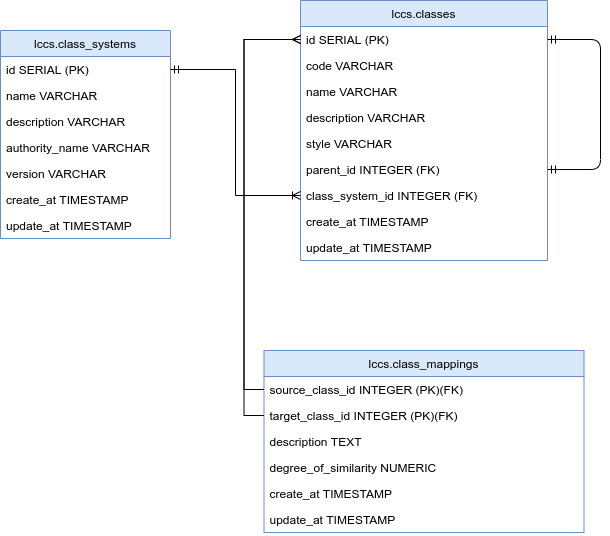
The draw.io diagram doc/spec/lccs_database.png in brazil-data-cube/lccs-db, before a commit. Source tidied: cells renumbered, new cells last; positions are measured from the earlier drawing's top-left corner, leaving out a move shared by most shapes.
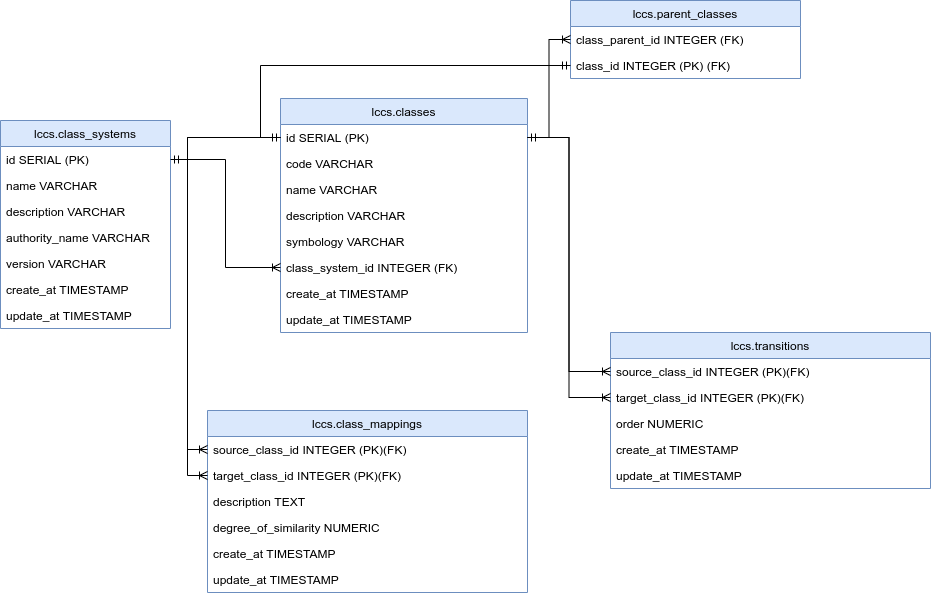
The same diagram one commit later.

Change to the diagram source:
```diff
@@ -3,7 +3,7 @@
     <mxCell id="0" />
     <mxCell id="1" parent="0" />
     <mxCell id="2" value="lccs.class_systems" style="swimlane;fontStyle=0;horizontal=1;startSize=26;fillColor=#dae8fc;labelBackgroundColor=none;strokeColor=#6c8ebf;" parent="1" vertex="1">
-      <mxGeometry y="30" width="170" height="208" as="geometry" />
+      <mxGeometry y="110" width="170" height="208" as="geometry" />
     </mxCell>
     <mxCell id="3" value="id SERIAL (PK)" style="text;strokeColor=none;fillColor=none;align=left;verticalAlign=top;spacingLeft=4;spacingRight=4;overflow=hidden;points=[[0,0.5],[1,0.5]];portConstraint=eastwest;" parent="2" vertex="1">
       <mxGeometry y="26" width="170" height="26" as="geometry" />
@@ -27,7 +27,7 @@
       <mxGeometry y="182" width="170" height="26" as="geometry" />
     </mxCell>
     <mxCell id="10" value="lccs.classes" style="swimlane;fontStyle=0;horizontal=1;startSize=26;fillColor=#dae8fc;labelBackgroundColor=none;strokeColor=#6c8ebf;" parent="1" vertex="1">
-      <mxGeometry x="300" width="247" height="260" as="geometry" />
+      <mxGeometry x="280" y="88" width="247" height="234" as="geometry" />
     </mxCell>
     <mxCell id="11" value="id SERIAL (PK)" style="text;strokeColor=none;fillColor=none;align=left;verticalAlign=top;spacingLeft=4;spacingRight=4;overflow=hidden;points=[[0,0.5],[1,0.5]];portConstraint=eastwest;" parent="10" vertex="1">
       <mxGeometry y="26" width="247" height="26" as="geometry" />
@@ -41,31 +41,20 @@
     <mxCell id="14" value="description VARCHAR&#10;" style="text;strokeColor=none;fillColor=none;align=left;verticalAlign=top;spacingLeft=4;spacingRight=4;overflow=hidden;" parent="10" vertex="1">
       <mxGeometry y="104" width="247" height="26" as="geometry" />
     </mxCell>
-    <mxCell id="15" value="style VARCHAR&#10;" style="text;strokeColor=none;fillColor=none;align=left;verticalAlign=top;spacingLeft=4;spacingRight=4;overflow=hidden;" parent="10" vertex="1">
+    <mxCell id="15" value="symbology VARCHAR&#10;" style="text;strokeColor=none;fillColor=none;align=left;verticalAlign=top;spacingLeft=4;spacingRight=4;overflow=hidden;" parent="10" vertex="1">
       <mxGeometry y="130" width="247" height="26" as="geometry" />
     </mxCell>
-    <mxCell id="16" value="parent_id INTEGER (FK)&#10;" style="text;strokeColor=none;fillColor=none;align=left;verticalAlign=top;spacingLeft=4;spacingRight=4;overflow=hidden;points=[[0,0.5],[1,0.5]];portConstraint=eastwest;" parent="10" vertex="1">
-      <mxGeometry y="156" width="247" height="26" as="geometry" />
-    </mxCell>
     <mxCell id="17" value="class_system_id INTEGER (FK)&#10;" style="text;strokeColor=none;fillColor=none;align=left;verticalAlign=top;spacingLeft=4;spacingRight=4;overflow=hidden;points=[[0,0.5],[1,0.5]];portConstraint=eastwest;" parent="10" vertex="1">
-      <mxGeometry y="182" width="247" height="26" as="geometry" />
+      <mxGeometry y="156" width="247" height="26" as="geometry" />
     </mxCell>
-    <mxCell id="18" style="edgeStyle=orthogonalEdgeStyle;fontSize=12;html=1;endArrow=ERmandOne;startArrow=ERmandOne;entryX=1;entryY=0.5;entryDx=0;entryDy=0;exitX=1;exitY=0.5;exitDx=0;exitDy=0;" parent="10" edge="1" source="11" target="16">
-      <mxGeometry relative="1" as="geometry">
-        <Array as="points">
-          <mxPoint x="300" y="39" />
-          <mxPoint x="300" y="169" />
-        </Array>
-      </mxGeometry>
-    </mxCell>
     <mxCell id="19" value="create_at TIMESTAMP&#10;" style="text;strokeColor=none;fillColor=none;align=left;verticalAlign=top;spacingLeft=4;spacingRight=4;overflow=hidden;" parent="10" vertex="1">
-      <mxGeometry y="208" width="247" height="26" as="geometry" />
+      <mxGeometry y="182" width="247" height="26" as="geometry" />
     </mxCell>
     <mxCell id="20" value="update_at TIMESTAMP&#10;" style="text;strokeColor=none;fillColor=none;align=left;verticalAlign=top;spacingLeft=4;spacingRight=4;overflow=hidden;" parent="10" vertex="1">
-      <mxGeometry y="234" width="247" height="26" as="geometry" />
+      <mxGeometry y="208" width="247" height="26" as="geometry" />
     </mxCell>
     <mxCell id="21" value="lccs.class_mappings" style="swimlane;fontStyle=0;horizontal=1;startSize=26;fillColor=#dae8fc;labelBackgroundColor=none;strokeColor=#6c8ebf;" parent="1" vertex="1">
-      <mxGeometry x="263.5" y="350" width="320" height="182" as="geometry" />
+      <mxGeometry x="207" y="400" width="320" height="182" as="geometry" />
     </mxCell>
     <mxCell id="22" value="source_class_id INTEGER (PK)(FK)" style="text;strokeColor=none;fillColor=none;align=left;verticalAlign=top;spacingLeft=4;spacingRight=4;overflow=hidden;points=[[0,0.5],[1,0.5]];portConstraint=eastwest;" parent="21" vertex="1">
       <mxGeometry y="26" width="320" height="26" as="geometry" />
@@ -88,11 +77,50 @@
     <mxCell id="28" style="edgeStyle=orthogonalEdgeStyle;rounded=0;jettySize=auto;html=1;exitX=1;exitY=0.5;exitDx=0;exitDy=0;entryX=0;entryY=0.5;entryDx=0;entryDy=0;endArrow=ERoneToMany;endFill=0;startArrow=ERmandOne;startFill=0;" parent="1" edge="1" source="3" target="17">
       <mxGeometry relative="1" as="geometry" />
     </mxCell>
+    <mxCell id="31" value="lccs.parent_classes" style="swimlane;fontStyle=0;horizontal=1;startSize=26;fillColor=#dae8fc;labelBackgroundColor=none;strokeColor=#6c8ebf;" parent="1" vertex="1">
+      <mxGeometry x="570" y="-10" width="230" height="78" as="geometry" />
+    </mxCell>
+    <mxCell id="32" value="class_parent_id INTEGER (FK)" style="text;strokeColor=none;fillColor=none;align=left;verticalAlign=top;spacingLeft=4;spacingRight=4;overflow=hidden;points=[[0,0.5],[1,0.5]];portConstraint=eastwest;" parent="31" vertex="1">
+      <mxGeometry y="26" width="230" height="26" as="geometry" />
+    </mxCell>
+    <mxCell id="33" value="class_id INTEGER (PK) (FK)" style="text;strokeColor=none;fillColor=none;align=left;verticalAlign=top;spacingLeft=4;spacingRight=4;overflow=hidden;points=[[0,0.5],[1,0.5]];portConstraint=eastwest;" parent="31" vertex="1">
+      <mxGeometry y="52" width="230" height="26" as="geometry" />
+    </mxCell>
+    <mxCell id="34" style="edgeStyle=orthogonalEdgeStyle;rounded=0;jettySize=auto;html=1;exitX=0;exitY=0.5;exitDx=0;exitDy=0;entryX=0;entryY=0.5;entryDx=0;entryDy=0;endArrow=ERmandOne;endFill=0;startArrow=ERmandOne;startFill=0;" parent="1" edge="1" source="11" target="33">
+      <mxGeometry relative="1" as="geometry" />
+    </mxCell>
+    <mxCell id="35" style="edgeStyle=orthogonalEdgeStyle;rounded=0;jettySize=auto;html=1;exitX=1;exitY=0.5;exitDx=0;exitDy=0;entryX=0;entryY=0.5;entryDx=0;entryDy=0;endArrow=ERoneToMany;endFill=0;startArrow=ERmandOne;startFill=0;" parent="1" edge="1" source="11" target="32">
+      <mxGeometry relative="1" as="geometry" />
+    </mxCell>
-    <mxCell id="29" style="edgeStyle=orthogonalEdgeStyle;rounded=0;jettySize=auto;html=1;exitX=0;exitY=0.5;exitDx=0;exitDy=0;entryX=0;entryY=0.5;entryDx=0;entryDy=0;startArrow=none;startFill=0;endArrow=ERmany;endFill=0;" parent="1" edge="1" source="22" target="11">
+    <mxCell id="29" style="edgeStyle=orthogonalEdgeStyle;rounded=0;jettySize=auto;html=1;exitX=0;exitY=0.5;exitDx=0;exitDy=0;entryX=0;entryY=0.5;entryDx=0;entryDy=0;startArrow=ERoneToMany;startFill=0;endArrow=none;endFill=0;" parent="1" edge="1" source="22" target="11">
       <mxGeometry relative="1" as="geometry" />
     </mxCell>
-    <mxCell id="30" style="edgeStyle=orthogonalEdgeStyle;rounded=0;jettySize=auto;html=1;exitX=0;exitY=0.5;exitDx=0;exitDy=0;entryX=0;entryY=0.5;entryDx=0;entryDy=0;startArrow=none;startFill=0;endArrow=ERmany;endFill=0;" parent="1" edge="1" source="23" target="11">
+    <mxCell id="30" style="edgeStyle=orthogonalEdgeStyle;rounded=0;jettySize=auto;html=1;exitX=0;exitY=0.5;exitDx=0;exitDy=0;entryX=0;entryY=0.5;entryDx=0;entryDy=0;startArrow=ERoneToMany;startFill=0;endArrow=none;endFill=0;" parent="1" edge="1" source="23" target="11">
       <mxGeometry relative="1" as="geometry" />
     </mxCell>
+    <mxCell id="36" value="lccs.transitions" style="swimlane;fontStyle=0;horizontal=1;startSize=26;fillColor=#dae8fc;labelBackgroundColor=none;strokeColor=#6c8ebf;" parent="1" vertex="1">
+      <mxGeometry x="610" y="322" width="320" height="156" as="geometry" />
+    </mxCell>
+    <mxCell id="37" value="source_class_id INTEGER (PK)(FK)" style="text;strokeColor=none;fillColor=none;align=left;verticalAlign=top;spacingLeft=4;spacingRight=4;overflow=hidden;points=[[0,0.5],[1,0.5]];portConstraint=eastwest;" parent="36" vertex="1">
+      <mxGeometry y="26" width="320" height="26" as="geometry" />
+    </mxCell>
+    <mxCell id="38" value="target_class_id INTEGER (PK)(FK)" style="text;strokeColor=none;fillColor=none;align=left;verticalAlign=top;spacingLeft=4;spacingRight=4;overflow=hidden;points=[[0,0.5],[1,0.5]];portConstraint=eastwest;" parent="36" vertex="1">
+      <mxGeometry y="52" width="320" height="26" as="geometry" />
+    </mxCell>
+    <mxCell id="39" value="order NUMERIC&#10;" style="text;strokeColor=none;fillColor=none;align=left;verticalAlign=top;spacingLeft=4;spacingRight=4;overflow=hidden;" parent="36" vertex="1">
+      <mxGeometry y="78" width="320" height="26" as="geometry" />
+    </mxCell>
+    <mxCell id="40" value="create_at TIMESTAMP&#10;" style="text;strokeColor=none;fillColor=none;align=left;verticalAlign=top;spacingLeft=4;spacingRight=4;overflow=hidden;" parent="36" vertex="1">
+      <mxGeometry y="104" width="320" height="26" as="geometry" />
+    </mxCell>
+    <mxCell id="41" value="update_at TIMESTAMP&#10;" style="text;strokeColor=none;fillColor=none;align=left;verticalAlign=top;spacingLeft=4;spacingRight=4;overflow=hidden;" parent="36" vertex="1">
+      <mxGeometry y="130" width="320" height="26" as="geometry" />
+    </mxCell>
+    <mxCell id="42" style="edgeStyle=orthogonalEdgeStyle;rounded=0;jettySize=auto;html=1;exitX=0;exitY=0.5;exitDx=0;exitDy=0;startArrow=ERoneToMany;startFill=0;endArrow=none;endFill=0;" parent="1" edge="1" source="37" target="11">
+      <mxGeometry relative="1" as="geometry" />
+    </mxCell>
+    <mxCell id="43" style="edgeStyle=orthogonalEdgeStyle;rounded=0;jettySize=auto;html=1;exitX=0;exitY=0.5;exitDx=0;exitDy=0;entryX=1;entryY=0.5;entryDx=0;entryDy=0;startArrow=ERoneToMany;startFill=0;endArrow=none;endFill=0;" parent="1" edge="1" source="38" target="11">
+      <mxGeometry relative="1" as="geometry" />
+    </mxCell>
   </root>
 </mxGraphModel>
```
